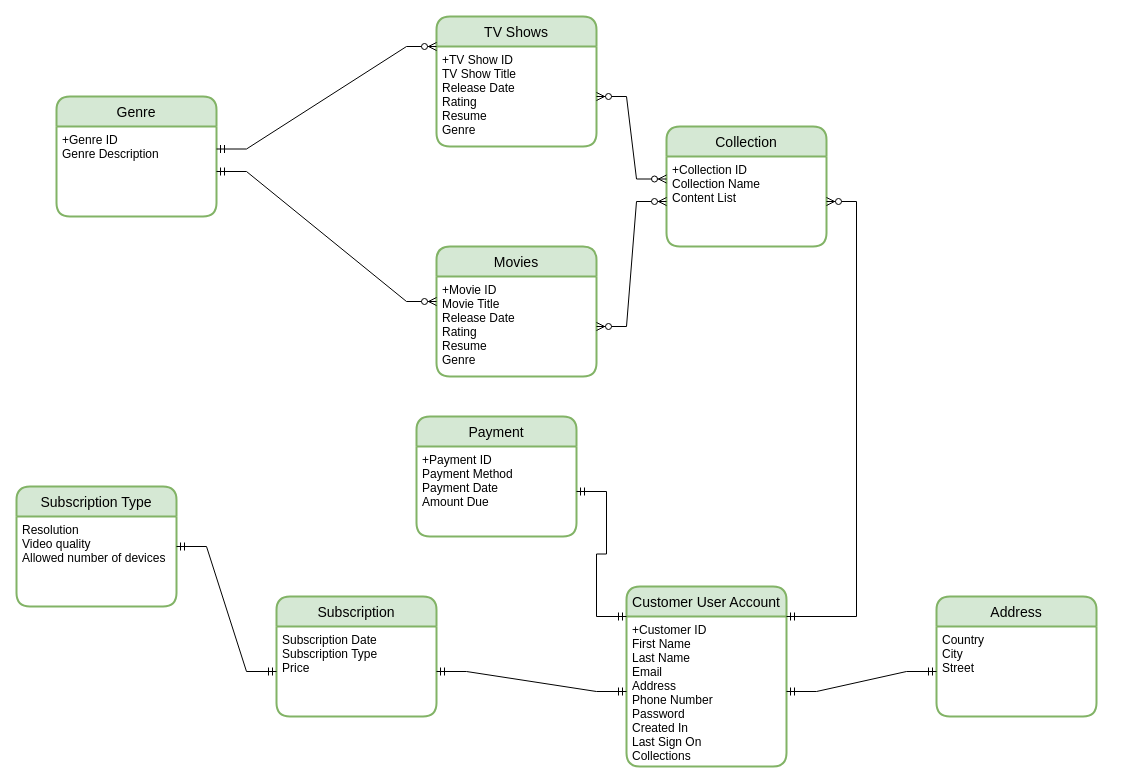
The draw.io diagram Software Modeling/Netflix Logical Diagram.drawio in PlamenGospodinov/Exercises-Part-2, before the edit. Source tidied: cells renumbered, new cells numbered last; positions are measured from the earlier drawing's top-left corner, leaving out a move shared by most shapes. Both pictures are drawn from the tidied source at 100%, with x=0, y=0 at pixel (16, 16).
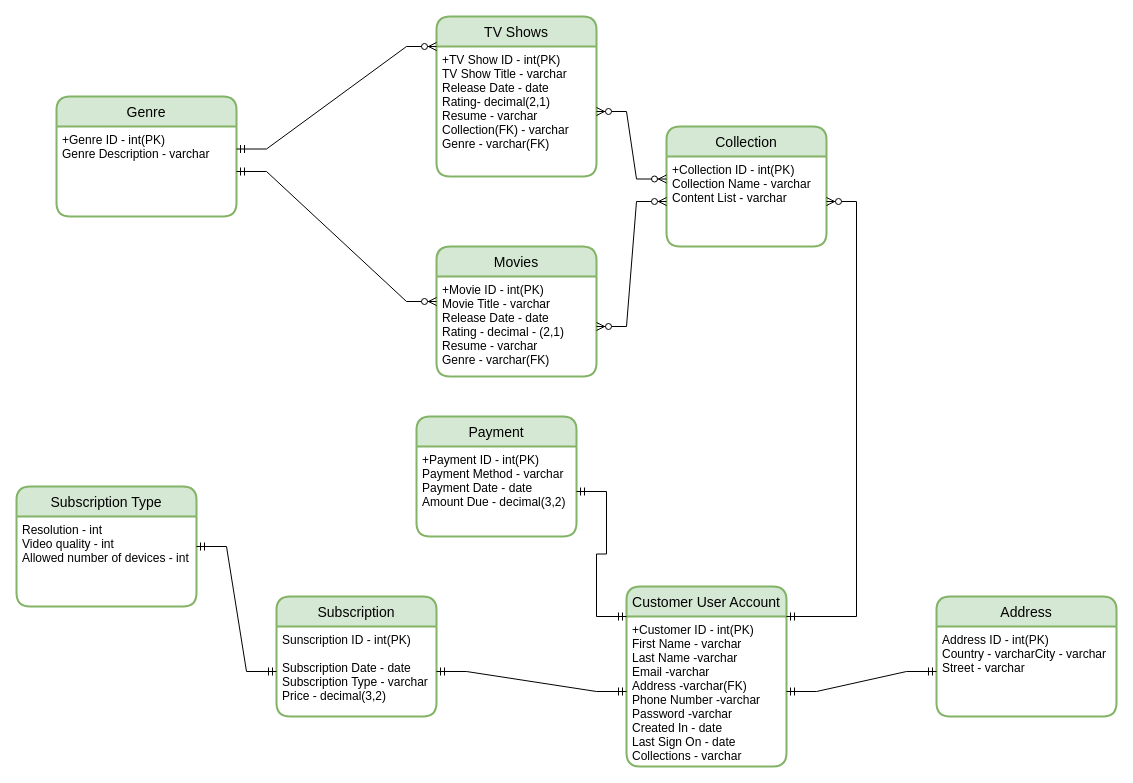
After the change.

Unchanged cells that the change refers to:
```xml
<mxCell id="6" value="Movies" style="swimlane;horizontal=1;startSize=30;rounded=1;fontSize=14;fontStyle=0;strokeWidth=2;shadow=0;dashed=0;align=center;fillColor=#d5e8d4;strokeColor=#82b366;" parent="1" vertex="1">
  <mxGeometry x="420" y="230" width="160" height="130" as="geometry" />
</mxCell>
<mxCell id="10" value="Collection" style="swimlane;horizontal=1;startSize=30;rounded=1;fontSize=14;fontStyle=0;strokeWidth=2;shadow=0;dashed=0;align=center;fillColor=#d5e8d4;strokeColor=#82b366;" parent="1" vertex="1">
  <mxGeometry x="650" y="110" width="160" height="120" as="geometry" />
</mxCell>
<mxCell id="14" value="Subscription" style="swimlane;horizontal=1;startSize=30;rounded=1;fontSize=14;fontStyle=0;strokeWidth=2;shadow=0;dashed=0;align=center;fillColor=#d5e8d4;strokeColor=#82b366;" parent="1" vertex="1">
  <mxGeometry x="260" y="580" width="160" height="120" as="geometry" />
</mxCell>
<mxCell id="19" value="Customer User Account" style="swimlane;horizontal=1;startSize=30;rounded=1;fontSize=14;fontStyle=0;strokeWidth=2;shadow=0;dashed=0;align=center;fillColor=#d5e8d4;strokeColor=#82b366;" parent="1" vertex="1">
  <mxGeometry x="610" y="570" width="160" height="180" as="geometry" />
</mxCell>
<mxCell id="25" value="Payment" style="swimlane;horizontal=1;startSize=30;rounded=1;fontSize=14;fontStyle=0;strokeWidth=2;shadow=0;dashed=0;align=center;fillColor=#d5e8d4;strokeColor=#82b366;" parent="1" vertex="1">
  <mxGeometry x="400" y="400" width="160" height="120" as="geometry" />
</mxCell>
```

The edit, as a diff of the source:
```diff
@@
     <mxCell id="2" value="Genre" style="swimlane;horizontal=1;startSize=30;rounded=1;fontSize=14;fontStyle=0;strokeWidth=2;shadow=0;dashed=0;align=center;fillColor=#d5e8d4;strokeColor=#82b366;" parent="1" vertex="1">
-      <mxGeometry x="40" y="80" width="160" height="120" as="geometry" />
+      <mxGeometry x="40" y="80" width="180" height="120" as="geometry" />
     </mxCell>
-    <mxCell id="3" value="+Genre ID&#10;Genre Description&#10;" style="align=left;strokeColor=none;fillColor=none;spacingLeft=4;fontSize=12;verticalAlign=top;" parent="2" vertex="1">
-      <mxGeometry y="30" width="160" height="90" as="geometry" />
+    <mxCell id="3" value="+Genre ID - int(PK)&#10;Genre Description - varchar&#10;" style="align=left;strokeColor=none;fillColor=none;spacingLeft=4;fontSize=12;verticalAlign=top;" parent="2" vertex="1">
+      <mxGeometry y="30" width="180" height="90" as="geometry" />
     </mxCell>
     <mxCell id="4" value="TV Shows" style="swimlane;horizontal=1;startSize=30;rounded=1;fontSize=14;fontStyle=0;strokeWidth=2;shadow=0;dashed=0;align=center;fillColor=#d5e8d4;strokeColor=#82b366;" parent="1" vertex="1">
-      <mxGeometry x="420" width="160" height="130" as="geometry" />
+      <mxGeometry x="420" width="160" height="160" as="geometry" />
     </mxCell>
-    <mxCell id="5" value="+TV Show ID&#10;TV Show Title&#10;Release Date&#10;Rating&#10;Resume&#10;Genre&#10;&#10;&#10;" style="align=left;strokeColor=none;fillColor=none;spacingLeft=4;fontSize=12;verticalAlign=top;" parent="4" vertex="1">
-      <mxGeometry y="30" width="160" height="100" as="geometry" />
+    <mxCell id="5" value="+TV Show ID - int(PK)&#10;TV Show Title - varchar&#10;Release Date - date&#10;Rating- decimal(2,1)&#10;Resume - varchar&#10;Collection(FK) - varchar&#10;Genre - varchar(FK)&#10;&#10;&#10;" style="align=left;strokeColor=none;fillColor=none;spacingLeft=4;fontSize=12;verticalAlign=top;" parent="4" vertex="1">
+      <mxGeometry y="30" width="160" height="130" as="geometry" />
     </mxCell>
@@
-    <mxCell id="7" value="+Movie ID&#10;Movie Title&#10;Release Date&#10;Rating&#10;Resume&#10;Genre&#10;&#10;" style="align=left;strokeColor=none;fillColor=none;spacingLeft=4;fontSize=12;verticalAlign=top;" parent="6" vertex="1">
+    <mxCell id="7" value="+Movie ID - int(PK)&#10;Movie Title - varchar&#10;Release Date - date&#10;Rating - decimal - (2,1)&#10;Resume - varchar&#10;Genre - varchar(FK)&#10;&#10;" style="align=left;strokeColor=none;fillColor=none;spacingLeft=4;fontSize=12;verticalAlign=top;" parent="6" vertex="1">
       <mxGeometry y="30" width="160" height="100" as="geometry" />
     </mxCell>
@@
-    <mxCell id="11" value="+Collection ID&#10;Collection Name&#10;Content List&#10;&#10;" style="align=left;strokeColor=none;fillColor=none;spacingLeft=4;fontSize=12;verticalAlign=top;" parent="10" vertex="1">
+    <mxCell id="11" value="+Collection ID - int(PK)&#10;Collection Name - varchar&#10;Content List - varchar&#10;&#10;" style="align=left;strokeColor=none;fillColor=none;spacingLeft=4;fontSize=12;verticalAlign=top;" parent="10" vertex="1">
       <mxGeometry y="30" width="160" height="90" as="geometry" />
     </mxCell>
@@
-    <mxCell id="15" value="Subscription Date&#10;Subscription Type&#10;Price&#10;" style="align=left;strokeColor=none;fillColor=none;spacingLeft=4;fontSize=12;verticalAlign=top;" parent="14" vertex="1">
+    <mxCell id="15" value="Sunscription ID - int(PK)&#10;&#10;Subscription Date - date&#10;Subscription Type - varchar&#10;Price - decimal(3,2)&#10;" style="align=left;strokeColor=none;fillColor=none;spacingLeft=4;fontSize=12;verticalAlign=top;" parent="14" vertex="1">
       <mxGeometry y="30" width="160" height="90" as="geometry" />
     </mxCell>
     <mxCell id="16" value="Subscription Type" style="swimlane;horizontal=1;startSize=30;rounded=1;fontSize=14;fontStyle=0;strokeWidth=2;shadow=0;dashed=0;align=center;fillColor=#d5e8d4;strokeColor=#82b366;" parent="1" vertex="1">
-      <mxGeometry y="470" width="160" height="120" as="geometry" />
+      <mxGeometry y="470" width="180" height="120" as="geometry" />
     </mxCell>
-    <mxCell id="17" value="Resolution&#10;Video quality&#10;Allowed number of devices&#10;" style="align=left;strokeColor=none;fillColor=none;spacingLeft=4;fontSize=12;verticalAlign=top;" parent="16" vertex="1">
-      <mxGeometry y="30" width="160" height="90" as="geometry" />
+    <mxCell id="17" value="Resolution - int&#10;Video quality - int&#10;Allowed number of devices - int&#10;" style="align=left;strokeColor=none;fillColor=none;spacingLeft=4;fontSize=12;verticalAlign=top;" parent="16" vertex="1">
+      <mxGeometry y="30" width="180" height="90" as="geometry" />
     </mxCell>
@@
-    <mxCell id="20" value="+Customer ID&#10;First Name&#10;Last Name&#10;Email&#10;Address&#10;Phone Number&#10;Password&#10;Created In&#10;Last Sign On&#10;Collections&#10;&#10;" style="align=left;strokeColor=none;fillColor=none;spacingLeft=4;fontSize=12;verticalAlign=top;" parent="19" vertex="1">
+    <mxCell id="20" value="+Customer ID - int(PK)&#10;First Name - varchar&#10;Last Name -varchar&#10;Email -varchar&#10;Address -varchar(FK)&#10;Phone Number -varchar&#10;Password -varchar&#10;Created In - date&#10;Last Sign On - date&#10;Collections - varchar&#10;&#10;" style="align=left;strokeColor=none;fillColor=none;spacingLeft=4;fontSize=12;verticalAlign=top;" parent="19" vertex="1">
       <mxGeometry y="30" width="160" height="150" as="geometry" />
     </mxCell>
@@
     <mxCell id="22" value="Address" style="swimlane;horizontal=1;startSize=30;rounded=1;fontSize=14;fontStyle=0;strokeWidth=2;shadow=0;dashed=0;align=center;fillColor=#d5e8d4;strokeColor=#82b366;" parent="1" vertex="1">
-      <mxGeometry x="920" y="580" width="160" height="120" as="geometry" />
+      <mxGeometry x="920" y="580" width="180" height="120" as="geometry" />
     </mxCell>
-    <mxCell id="23" value="Country&#10;City&#10;Street&#10;" style="align=left;strokeColor=none;fillColor=none;spacingLeft=4;fontSize=12;verticalAlign=top;" parent="22" vertex="1">
-      <mxGeometry y="30" width="160" height="90" as="geometry" />
+    <mxCell id="23" value="Address ID - int(PK)&#10;Country - varcharCity - varchar&#10;Street - varchar&#10;" style="align=left;strokeColor=none;fillColor=none;spacingLeft=4;fontSize=12;verticalAlign=top;" parent="22" vertex="1">
+      <mxGeometry y="30" width="180" height="90" as="geometry" />
     </mxCell>
@@
-    <mxCell id="26" value="+Payment ID&#10;Payment Method&#10;Payment Date&#10;Amount Due&#10;" style="align=left;strokeColor=none;fillColor=none;spacingLeft=4;fontSize=12;verticalAlign=top;" parent="25" vertex="1">
+    <mxCell id="26" value="+Payment ID - int(PK)&#10;Payment Method - varchar&#10;Payment Date - date&#10;Amount Due - decimal(3,2)&#10;" style="align=left;strokeColor=none;fillColor=none;spacingLeft=4;fontSize=12;verticalAlign=top;" parent="25" vertex="1">
       <mxGeometry y="30" width="160" height="90" as="geometry" />
     </mxCell>
```
